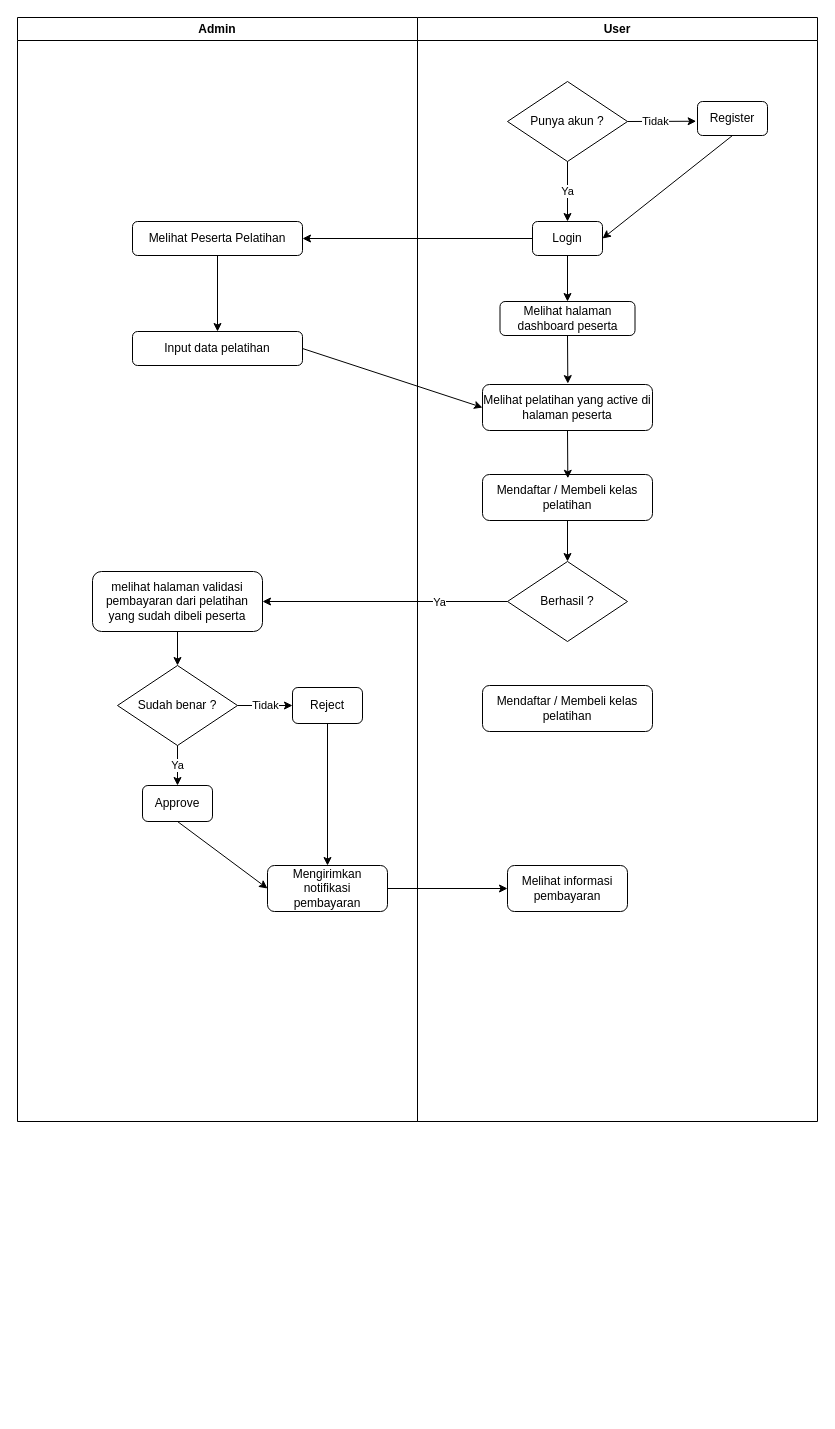
This is content/Untitled Diagram.drawio from Mohizuki/flowarchive, a draw.io file, before an edit. Source tidied: cells renumbered, new cells numbered last; positions are measured from the earlier drawing's top-left corner, leaving out a move shared by most shapes. Both pictures are drawn from the tidied source at 100%, with x=0, y=0 at pixel (17, 17).
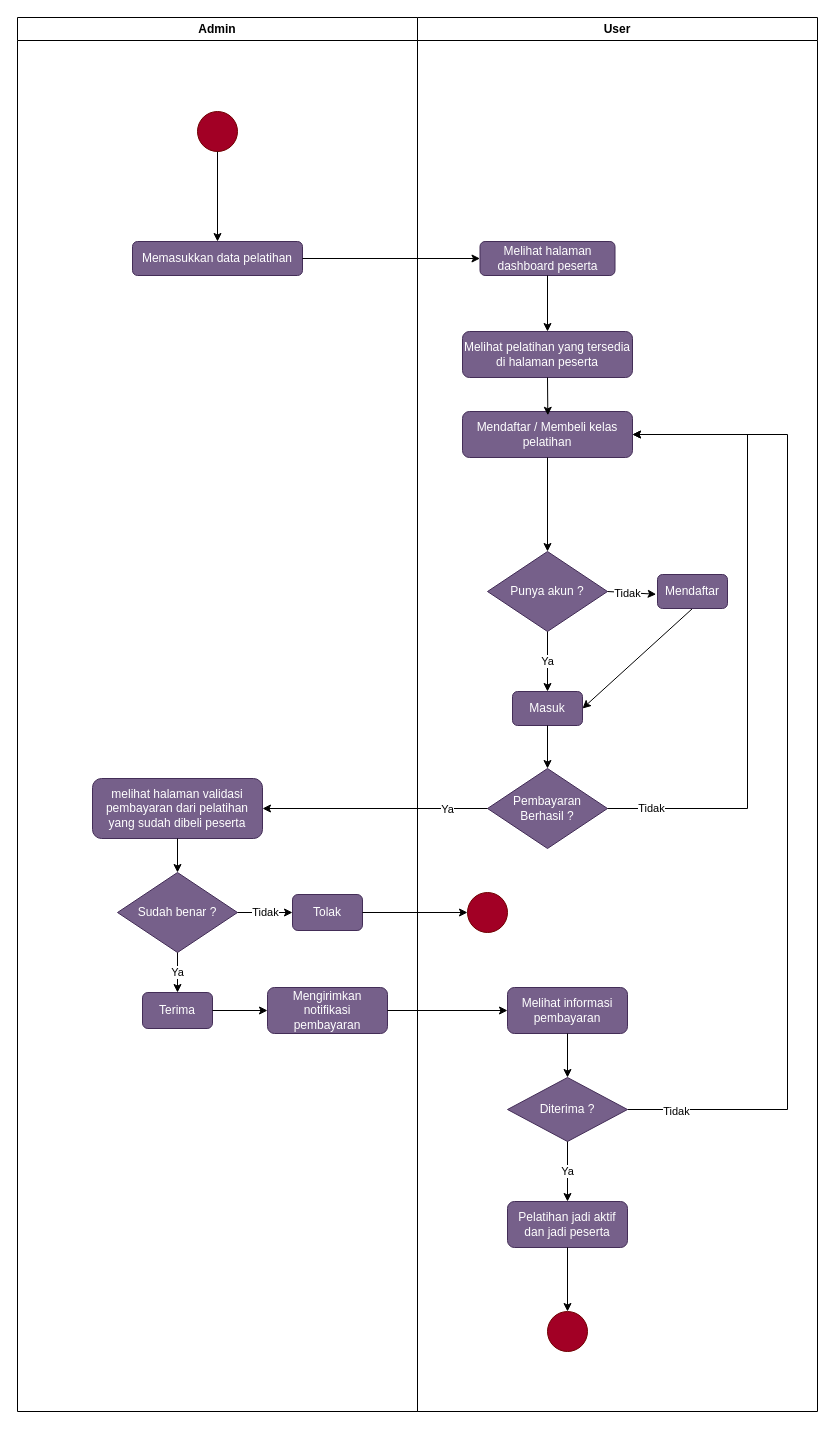
Above is the later version.

The change refers to these unchanged cells:
```xml
<mxCell id="35" style="endArrow=classic;html=1;rounded=0;exitX=0;exitY=0.5;exitDx=0;exitDy=0;entryX=1;entryY=0.5;entryDx=0;entryDy=0;" parent="1" edge="1" source="29" target="6">
  <mxGeometry relative="1" as="geometry" />
</mxCell>
```

The edit, as a diff of the source:
```diff
@@
     <mxCell id="2" value="Admin" style="swimlane;whiteSpace=wrap;html=1;" parent="1" vertex="1">
-      <mxGeometry width="400" height="1104" as="geometry" />
+      <mxGeometry width="400" height="1394" as="geometry" />
     </mxCell>
-    <mxCell id="3" value="Melihat Peserta Pelatihan" style="rounded=1;whiteSpace=wrap;html=1;" parent="2" vertex="1">
-      <mxGeometry x="115" y="204" width="170" height="34" as="geometry" />
-    </mxCell>
-    <mxCell id="4" value="Input data pelatihan" style="rounded=1;whiteSpace=wrap;html=1;" parent="2" vertex="1">
-      <mxGeometry x="115" y="314" width="170" height="34" as="geometry" />
-    </mxCell>
-    <mxCell id="5" style="endArrow=classic;html=1;rounded=0;exitX=0.5;exitY=1;exitDx=0;exitDy=0;entryX=0.5;entryY=0;entryDx=0;entryDy=0;" parent="2" edge="1" source="3" target="4">
-      <mxGeometry relative="1" as="geometry" />
-    </mxCell>
-    <mxCell id="6" value="melihat halaman validasi pembayaran dari pelatihan yang sudah dibeli peserta" style="rounded=1;whiteSpace=wrap;html=1;" parent="2" vertex="1">
-      <mxGeometry x="75" y="554" width="170" height="60" as="geometry" />
+    <mxCell id="6" value="melihat halaman validasi pembayaran dari pelatihan yang sudah dibeli peserta" style="rounded=1;whiteSpace=wrap;html=1;fillColor=#76608a;strokeColor=#432D57;fontColor=#ffffff;" parent="2" vertex="1">
+      <mxGeometry x="75" y="761" width="170" height="60" as="geometry" />
     </mxCell>
-    <mxCell id="7" value="&lt;div&gt;Sudah benar ?&lt;/div&gt;" style="rhombus;whiteSpace=wrap;html=1;" parent="2" vertex="1">
-      <mxGeometry x="100" y="648" width="120" height="80" as="geometry" />
+    <mxCell id="7" value="&lt;div&gt;Sudah benar ?&lt;/div&gt;" style="rhombus;whiteSpace=wrap;html=1;fillColor=#76608a;strokeColor=#432D57;fontColor=#ffffff;" parent="2" vertex="1">
+      <mxGeometry x="100" y="855" width="120" height="80" as="geometry" />
     </mxCell>
@@
-    <mxCell id="9" value="Approve" style="rounded=1;whiteSpace=wrap;html=1;" parent="2" vertex="1">
-      <mxGeometry x="125" y="768" width="70" height="36" as="geometry" />
+    <mxCell id="9" value="Terima" style="rounded=1;whiteSpace=wrap;html=1;fillColor=#76608a;strokeColor=#432D57;fontColor=#ffffff;" parent="2" vertex="1">
+      <mxGeometry x="125" y="975" width="70" height="36" as="geometry" />
     </mxCell>
-    <mxCell id="10" value="Reject" style="rounded=1;whiteSpace=wrap;html=1;" parent="2" vertex="1">
-      <mxGeometry x="275" y="670" width="70" height="36" as="geometry" />
+    <mxCell id="10" value="Tolak" style="rounded=1;whiteSpace=wrap;html=1;fillColor=#76608a;strokeColor=#432D57;fontColor=#ffffff;" parent="2" vertex="1">
+      <mxGeometry x="275" y="877" width="70" height="36" as="geometry" />
     </mxCell>
@@
-    <mxCell id="13" value="&lt;div&gt;Mengirimkan notifikasi&lt;/div&gt;&lt;div&gt;pembayaran&lt;br&gt;&lt;/div&gt;" style="rounded=1;whiteSpace=wrap;html=1;" parent="2" vertex="1">
-      <mxGeometry x="250" y="848" width="120" height="46" as="geometry" />
+    <mxCell id="13" value="&lt;div&gt;Mengirimkan notifikasi&lt;/div&gt;&lt;div&gt;pembayaran&lt;br&gt;&lt;/div&gt;" style="rounded=1;whiteSpace=wrap;html=1;fillColor=#76608a;strokeColor=#432D57;fontColor=#ffffff;" parent="2" vertex="1">
+      <mxGeometry x="250" y="970" width="120" height="46" as="geometry" />
     </mxCell>
-    <mxCell id="14" style="endArrow=classic;html=1;rounded=0;exitX=0.5;exitY=1;exitDx=0;exitDy=0;entryX=0;entryY=0.5;entryDx=0;entryDy=0;" parent="2" edge="1" source="9" target="13">
+    <mxCell id="14" style="endArrow=classic;html=1;rounded=0;exitX=1;exitY=0.5;exitDx=0;exitDy=0;entryX=0;entryY=0.5;entryDx=0;entryDy=0;" parent="2" edge="1" source="9" target="13">
       <mxGeometry relative="1" as="geometry" />
     </mxCell>
-    <mxCell id="15" style="endArrow=classic;html=1;rounded=0;exitX=0.5;exitY=1;exitDx=0;exitDy=0;entryX=0.5;entryY=0;entryDx=0;entryDy=0;" parent="2" edge="1" source="10" target="13">
-      <mxGeometry relative="1" as="geometry" />
-    </mxCell>
+    <mxCell id="39" style="ellipse;whiteSpace=wrap;html=1;fillColor=#a20025;fontColor=#ffffff;strokeColor=#6F0000;" parent="2" vertex="1">
+      <mxGeometry x="180" y="94" width="40" height="40" as="geometry" />
+    </mxCell>
+    <mxCell id="40" value="Memasukkan data pelatihan" style="rounded=1;whiteSpace=wrap;html=1;fillColor=#76608a;strokeColor=#432D57;fontColor=#ffffff;" parent="2" vertex="1">
+      <mxGeometry x="115" y="224" width="170" height="34" as="geometry" />
+    </mxCell>
+    <mxCell id="41" style="endArrow=classic;html=1;rounded=0;exitX=0.5;exitY=1;exitDx=0;exitDy=0;entryX=0.5;entryY=0;entryDx=0;entryDy=0;" parent="2" edge="1" source="39" target="40">
+      <mxGeometry relative="1" as="geometry" />
+    </mxCell>
     <mxCell id="16" value="User" style="swimlane;whiteSpace=wrap;html=1;" parent="1" vertex="1">
-      <mxGeometry x="400" width="400" height="1104" as="geometry" />
+      <mxGeometry x="400" width="400" height="1394" as="geometry" />
     </mxCell>
+    <mxCell id="24" value="Melihat pelatihan yang tersedia di halaman peserta" style="rounded=1;whiteSpace=wrap;html=1;fillColor=#76608a;strokeColor=#432D57;fontColor=#ffffff;" parent="16" vertex="1">
+      <mxGeometry x="45" y="314" width="170" height="46" as="geometry" />
+    </mxCell>
+    <mxCell id="28" value="Mendaftar / Membeli kelas pelatihan" style="rounded=1;whiteSpace=wrap;html=1;fillColor=#76608a;strokeColor=#432D57;fontColor=#ffffff;" parent="16" vertex="1">
+      <mxGeometry x="45" y="394" width="170" height="46" as="geometry" />
+    </mxCell>
+    <mxCell id="29" value="&lt;div&gt;Pembayaran&lt;br&gt;Berhasil ?&lt;/div&gt;" style="rhombus;whiteSpace=wrap;html=1;fillColor=#76608a;strokeColor=#432D57;fontColor=#ffffff;" parent="16" vertex="1">
+      <mxGeometry x="70" y="751" width="120" height="80" as="geometry" />
+    </mxCell>
+    <mxCell id="31" style="endArrow=classic;html=1;rounded=0;exitX=0.5;exitY=1;exitDx=0;exitDy=0;entryX=0.502;entryY=0.082;entryDx=0;entryDy=0;entryPerimeter=0;" parent="16" edge="1" source="24" target="28">
+      <mxGeometry relative="1" as="geometry" />
+    </mxCell>
+    <mxCell id="33" value="Melihat informasi pembayaran" style="rounded=1;whiteSpace=wrap;html=1;fillColor=#76608a;strokeColor=#432D57;fontColor=#ffffff;" parent="16" vertex="1">
+      <mxGeometry x="90" y="970" width="120" height="46" as="geometry" />
+    </mxCell>
+    <mxCell id="42" style="ellipse;whiteSpace=wrap;html=1;fillColor=#a20025;fontColor=#ffffff;strokeColor=#6F0000;" parent="16" vertex="1">
+      <mxGeometry x="130" y="1294" width="40" height="40" as="geometry" />
+    </mxCell>
+    <mxCell id="43" style="endArrow=classic;html=1;rounded=0;exitX=0.5;exitY=1;exitDx=0;exitDy=0;entryX=0.5;entryY=0;entryDx=0;entryDy=0;" parent="16" edge="1" source="33" target="45">
+      <mxGeometry relative="1" as="geometry" />
+    </mxCell>
+    <mxCell id="44" value="Tidak" style="endArrow=classic;html=1;rounded=0;exitX=1;exitY=0.5;exitDx=0;exitDy=0;entryX=1;entryY=0.5;entryDx=0;entryDy=0;edgeStyle=orthogonalEdgeStyle;" parent="16" edge="1" source="45" target="28">
+      <mxGeometry x="-0.9" y="-2" relative="1" as="geometry">
+        <Array as="points">
+          <mxPoint x="370" y="1092" />
+          <mxPoint x="370" y="417" />
+        </Array>
+      </mxGeometry>
+    </mxCell>
+    <mxCell id="45" value="Diterima ?" style="rhombus;whiteSpace=wrap;html=1;fillColor=#76608a;strokeColor=#432D57;fontColor=#ffffff;" parent="16" vertex="1">
+      <mxGeometry x="90" y="1060" width="120" height="64" as="geometry" />
+    </mxCell>
+    <mxCell id="46" value="Ya" style="endArrow=classic;html=1;rounded=0;exitX=0.5;exitY=1;exitDx=0;exitDy=0;entryX=0.5;entryY=0;entryDx=0;entryDy=0;" parent="16" edge="1" source="45" target="48">
+      <mxGeometry relative="1" as="geometry" />
+    </mxCell>
+    <mxCell id="47" value="Tidak" style="endArrow=classic;html=1;rounded=0;exitX=1;exitY=0.5;exitDx=0;exitDy=0;entryX=1;entryY=0.5;entryDx=0;entryDy=0;edgeStyle=orthogonalEdgeStyle;" parent="16" edge="1" source="29" target="28">
+      <mxGeometry x="-0.86" relative="1" as="geometry">
+        <Array as="points">
+          <mxPoint x="330" y="791" />
+          <mxPoint x="330" y="417" />
+        </Array>
+      </mxGeometry>
+    </mxCell>
+    <mxCell id="48" value="Pelatihan jadi aktif dan jadi peserta" style="rounded=1;whiteSpace=wrap;html=1;fillColor=#76608a;strokeColor=#432D57;fontColor=#ffffff;" parent="16" vertex="1">
+      <mxGeometry x="90" y="1184" width="120" height="46" as="geometry" />
+    </mxCell>
+    <mxCell id="49" style="endArrow=classic;html=1;rounded=0;exitX=0.5;exitY=1;exitDx=0;exitDy=0;entryX=0.5;entryY=0;entryDx=0;entryDy=0;" parent="16" edge="1" source="48" target="42">
+      <mxGeometry relative="1" as="geometry" />
+    </mxCell>
-    <mxCell id="17" value="Punya akun ?" style="rhombus;whiteSpace=wrap;html=1;" parent="16" vertex="1">
-      <mxGeometry x="90" y="64" width="120" height="80" as="geometry" />
+    <mxCell id="17" value="Punya akun ?" style="rhombus;whiteSpace=wrap;html=1;fillColor=#76608a;strokeColor=#432D57;fontColor=#ffffff;" parent="16" vertex="1">
+      <mxGeometry x="70" y="534" width="120" height="80" as="geometry" />
     </mxCell>
-    <mxCell id="18" value="Login" style="rounded=1;whiteSpace=wrap;html=1;" parent="16" vertex="1">
-      <mxGeometry x="115" y="204" width="70" height="34" as="geometry" />
+    <mxCell id="18" value="Masuk" style="rounded=1;whiteSpace=wrap;html=1;fillColor=#76608a;strokeColor=#432D57;fontColor=#ffffff;" parent="16" vertex="1">
+      <mxGeometry x="95" y="674" width="70" height="34" as="geometry" />
     </mxCell>
@@
-    <mxCell id="20" value="Register" style="rounded=1;whiteSpace=wrap;html=1;" parent="16" vertex="1">
-      <mxGeometry x="280" y="84" width="70" height="34" as="geometry" />
-    </mxCell>
@@
-    <mxCell id="24" value="Melihat pelatihan yang active di halaman peserta" style="rounded=1;whiteSpace=wrap;html=1;" parent="16" vertex="1">
-      <mxGeometry x="65" y="367" width="170" height="46" as="geometry" />
-    </mxCell>
+    <mxCell id="20" value="Mendaftar" style="rounded=1;whiteSpace=wrap;html=1;fillColor=#76608a;strokeColor=#432D57;fontColor=#ffffff;" parent="16" vertex="1">
+      <mxGeometry x="240" y="557" width="70" height="34" as="geometry" />
+    </mxCell>
+    <mxCell id="30" style="endArrow=classic;html=1;rounded=0;exitX=0.5;exitY=1;exitDx=0;exitDy=0;entryX=0.5;entryY=0;entryDx=0;entryDy=0;" parent="16" edge="1" source="28" target="17">
+      <mxGeometry relative="1" as="geometry" />
+    </mxCell>
-    <mxCell id="25" value="Melihat halaman dashboard peserta" style="rounded=1;whiteSpace=wrap;html=1;" parent="16" vertex="1">
-      <mxGeometry x="82.5" y="284" width="135" height="34" as="geometry" />
+    <mxCell id="25" value="Melihat halaman dashboard peserta" style="rounded=1;whiteSpace=wrap;html=1;fillColor=#76608a;strokeColor=#432D57;fontColor=#ffffff;" parent="16" vertex="1">
+      <mxGeometry x="62.5" y="224" width="135" height="34" as="geometry" />
     </mxCell>
-    <mxCell id="26" style="endArrow=classic;html=1;rounded=0;exitX=0.5;exitY=1;exitDx=0;exitDy=0;entryX=0.5;entryY=0;entryDx=0;entryDy=0;" parent="16" edge="1" source="18" target="25">
-      <mxGeometry relative="1" as="geometry" />
-    </mxCell>
-    <mxCell id="27" style="endArrow=classic;html=1;rounded=0;exitX=0.5;exitY=1;exitDx=0;exitDy=0;entryX=0.502;entryY=-0.02;entryDx=0;entryDy=0;entryPerimeter=0;" parent="16" edge="1" source="25" target="24">
+    <mxCell id="27" style="endArrow=classic;html=1;rounded=0;exitX=0.5;exitY=1;exitDx=0;exitDy=0;entryX=0.5;entryY=0;entryDx=0;entryDy=0;" parent="16" edge="1" source="25" target="24">
       <mxGeometry relative="1" as="geometry" />
     </mxCell>
-    <mxCell id="28" value="Mendaftar / Membeli kelas pelatihan" style="rounded=1;whiteSpace=wrap;html=1;" parent="16" vertex="1">
-      <mxGeometry x="65" y="457" width="170" height="46" as="geometry" />
-    </mxCell>
-    <mxCell id="29" value="&lt;div&gt;Berhasil ?&lt;/div&gt;" style="rhombus;whiteSpace=wrap;html=1;" parent="16" vertex="1">
-      <mxGeometry x="90" y="544" width="120" height="80" as="geometry" />
-    </mxCell>
-    <mxCell id="30" style="endArrow=classic;html=1;rounded=0;exitX=0.5;exitY=1;exitDx=0;exitDy=0;entryX=0.5;entryY=0;entryDx=0;entryDy=0;" parent="16" edge="1" source="28" target="29">
-      <mxGeometry relative="1" as="geometry" />
-    </mxCell>
-    <mxCell id="31" style="endArrow=classic;html=1;rounded=0;exitX=0.5;exitY=1;exitDx=0;exitDy=0;entryX=0.502;entryY=0.082;entryDx=0;entryDy=0;entryPerimeter=0;" parent="16" edge="1" source="24" target="28">
-      <mxGeometry relative="1" as="geometry" />
-    </mxCell>
-    <mxCell id="32" value="Mendaftar / Membeli kelas pelatihan" style="rounded=1;whiteSpace=wrap;html=1;" parent="16" vertex="1">
-      <mxGeometry x="65" y="668" width="170" height="46" as="geometry" />
-    </mxCell>
-    <mxCell id="33" value="Melihat informasi pembayaran" style="rounded=1;whiteSpace=wrap;html=1;" parent="16" vertex="1">
-      <mxGeometry x="90" y="848" width="120" height="46" as="geometry" />
-    </mxCell>
-    <mxCell id="34" style="endArrow=classic;html=1;rounded=0;exitX=0;exitY=0.5;exitDx=0;exitDy=0;entryX=1;entryY=0.5;entryDx=0;entryDy=0;" parent="1" edge="1" source="18" target="3">
-      <mxGeometry relative="1" as="geometry" />
-    </mxCell>
+    <mxCell id="50" style="endArrow=classic;html=1;rounded=0;exitX=0.5;exitY=1;exitDx=0;exitDy=0;entryX=0.5;entryY=0;entryDx=0;entryDy=0;" parent="16" edge="1" source="18" target="29">
+      <mxGeometry relative="1" as="geometry" />
+    </mxCell>
+    <mxCell id="51" style="ellipse;whiteSpace=wrap;html=1;fillColor=#a20025;fontColor=#ffffff;strokeColor=#6F0000;" parent="16" vertex="1">
+      <mxGeometry x="50" y="875" width="40" height="40" as="geometry" />
+    </mxCell>
@@
     <mxCell id="36" value="&lt;div&gt;Ya&lt;/div&gt;" style="edgeLabel;html=1;align=center;verticalAlign=middle;" parent="35" vertex="1">
       <mxGeometry x="-0.05" relative="1" as="geometry">
-        <mxPoint x="47" as="offset" />
+        <mxPoint x="66" as="offset" />
       </mxGeometry>
     </mxCell>
@@
-    <mxCell id="38" style="endArrow=classic;html=1;rounded=0;exitX=1;exitY=0.5;exitDx=0;exitDy=0;entryX=0;entryY=0.5;entryDx=0;entryDy=0;" parent="1" edge="1" source="4" target="24">
-      <mxGeometry relative="1" as="geometry" />
-    </mxCell>
+    <mxCell id="52" style="endArrow=classic;html=1;rounded=0;exitX=1;exitY=0.5;exitDx=0;exitDy=0;entryX=0;entryY=0.5;entryDx=0;entryDy=0;" parent="1" edge="1" source="40" target="25">
+      <mxGeometry relative="1" as="geometry" />
+    </mxCell>
+    <mxCell id="15" style="endArrow=classic;html=1;rounded=0;exitX=1;exitY=0.5;exitDx=0;exitDy=0;entryX=0;entryY=0.5;entryDx=0;entryDy=0;" parent="1" edge="1" source="10" target="51">
+      <mxGeometry relative="1" as="geometry" />
+    </mxCell>
```
